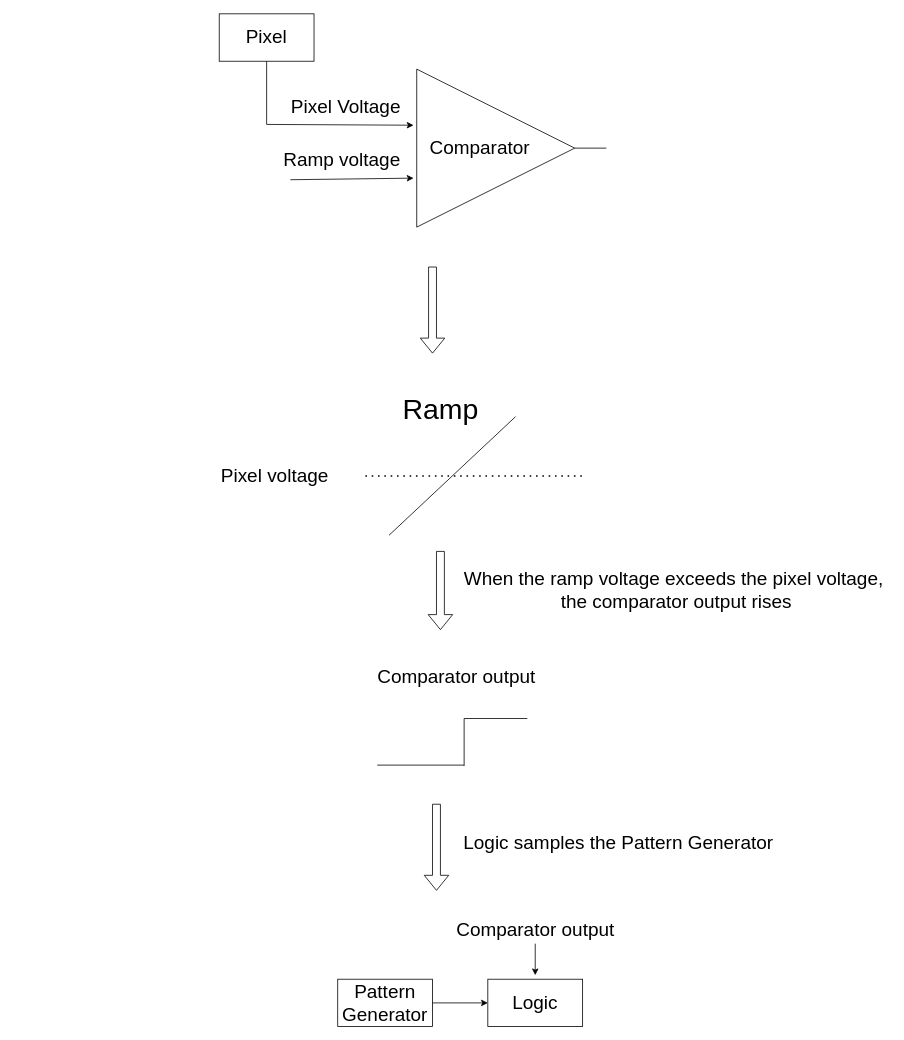
sabarioded/Patterns_Project keeps this draw.io diagram as Diagrams/step3.drawio. Above is the earlier version. Source tidied: cells renumbered, new cells numbered last; positions are measured from the earlier drawing's top-left corner, leaving out a move shared by most shapes. Both pictures are drawn from the tidied source at 79%, with x=0, y=0 at pixel (211, 13).
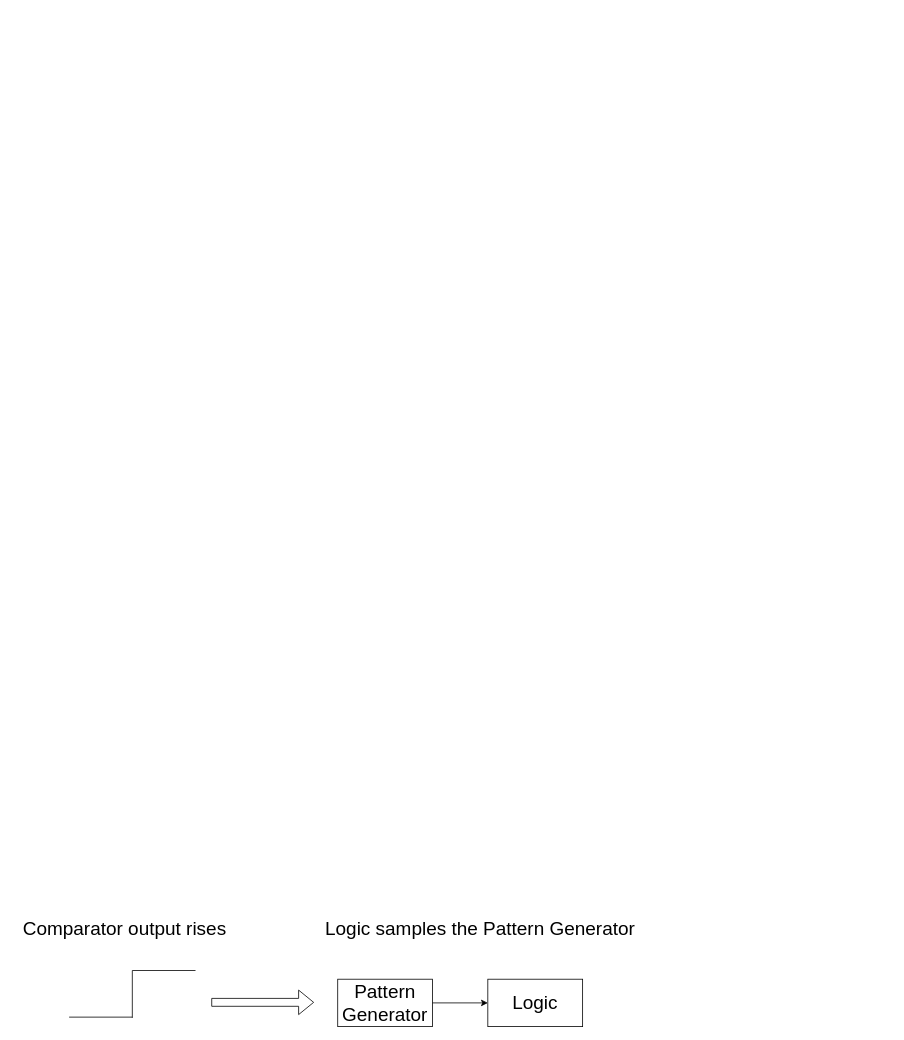
After the change.

What changed in the source:
```diff
@@
-    <mxCell id="2" style="triangle;whiteSpace=wrap;html=1;" parent="1" vertex="1">
-      <mxGeometry x="260" y="70" width="200" height="200" as="geometry" />
-    </mxCell>
-    <mxCell id="3" style="endArrow=classic;html=1;rounded=0;entryX=-0.02;entryY=0.405;entryDx=0;entryDy=0;entryPerimeter=0;" parent="1" edge="1">
-      <mxGeometry relative="1" as="geometry">
-        <mxPoint x="70" y="140" as="sourcePoint" />
-        <mxPoint x="256" y="141" as="targetPoint" />
-      </mxGeometry>
-    </mxCell>
-    <mxCell id="4" style="endArrow=classic;html=1;rounded=0;entryX=-0.02;entryY=0.405;entryDx=0;entryDy=0;entryPerimeter=0;" parent="1" edge="1">
-      <mxGeometry relative="1" as="geometry">
-        <mxPoint x="100" y="210" as="sourcePoint" />
-        <mxPoint x="256" y="208" as="targetPoint" />
-      </mxGeometry>
-    </mxCell>
-    <mxCell id="5" value="&lt;font style=&quot;font-size: 24px;&quot;&gt;Ramp voltage&lt;/font&gt;" style="text;html=1;align=center;verticalAlign=middle;strokeColor=none;fillColor=none;" parent="1" vertex="1">
-      <mxGeometry x="80" y="165" width="170" height="40" as="geometry" />
-    </mxCell>
-    <mxCell id="6" style="endArrow=none;html=1;rounded=0;" parent="1" edge="1">
-      <mxGeometry relative="1" as="geometry">
-        <mxPoint x="225" y="660" as="sourcePoint" />
-        <mxPoint x="385" y="510" as="targetPoint" />
-      </mxGeometry>
-    </mxCell>
-    <mxCell id="7" value="&lt;font style=&quot;font-size: 24px;&quot;&gt;Pixel voltage&lt;/font&gt;" style="text;html=1;align=center;verticalAlign=middle;strokeColor=none;fillColor=none;" parent="1" vertex="1">
-      <mxGeometry y="565" width="160" height="40" as="geometry" />
-    </mxCell>
-    <mxCell id="8" style="endArrow=none;html=1;rounded=0;exitX=1;exitY=0.5;exitDx=0;exitDy=0;" parent="1" edge="1" source="2">
-      <mxGeometry relative="1" as="geometry">
-        <mxPoint x="500" y="170" as="targetPoint" />
-      </mxGeometry>
-    </mxCell>
     <mxCell id="9" style="endArrow=none;html=1;rounded=0;" parent="1" edge="1">
       <mxGeometry relative="1" as="geometry">
-        <mxPoint x="210" y="951" as="sourcePoint" />
-        <mxPoint x="320" y="951" as="targetPoint" />
+        <mxPoint x="-180" y="1270" as="sourcePoint" />
+        <mxPoint x="-100" y="1270" as="targetPoint" />
       </mxGeometry>
     </mxCell>
     <mxCell id="10" style="endArrow=none;html=1;rounded=0;" parent="1" edge="1">
       <mxGeometry relative="1" as="geometry">
-        <mxPoint x="320" y="952" as="sourcePoint" />
-        <mxPoint x="320" y="892" as="targetPoint" />
+        <mxPoint x="-100" y="1271" as="sourcePoint" />
+        <mxPoint x="-100" y="1211" as="targetPoint" />
       </mxGeometry>
     </mxCell>
-    <mxCell id="11" value="&lt;font style=&quot;font-size: 24px;&quot;&gt;Comparator&lt;/font&gt;" style="text;html=1;align=center;verticalAlign=middle;whiteSpace=wrap;rounded=0;" parent="1" vertex="1">
-      <mxGeometry x="310" y="155" width="60" height="30" as="geometry" />
-    </mxCell>
     <mxCell id="12" style="endArrow=none;html=1;rounded=0;" parent="1" edge="1">
       <mxGeometry relative="1" as="geometry">
-        <mxPoint x="320" y="892" as="sourcePoint" />
-        <mxPoint x="400" y="892" as="targetPoint" />
+        <mxPoint x="-100" y="1211" as="sourcePoint" />
+        <mxPoint x="-20" y="1211" as="targetPoint" />
       </mxGeometry>
     </mxCell>
-    <mxCell id="13" value="&lt;font style=&quot;font-size: 24px;&quot;&gt;Pixel&lt;/font&gt;" style="rounded=0;whiteSpace=wrap;html=1;" parent="1" vertex="1">
-      <mxGeometry x="10" width="120" height="60" as="geometry" />
-    </mxCell>
-    <mxCell id="14" style="endArrow=none;html=1;rounded=0;entryX=0.5;entryY=1;entryDx=0;entryDy=0;" parent="1" edge="1" target="13">
-      <mxGeometry relative="1" as="geometry">
-        <mxPoint x="70" y="140" as="sourcePoint" />
-      </mxGeometry>
-    </mxCell>
-    <mxCell id="15" value="&lt;font style=&quot;font-size: 36px;&quot;&gt;Ramp&lt;/font&gt;" style="text;html=1;align=center;verticalAlign=middle;strokeColor=none;fillColor=none;" parent="1" vertex="1">
-      <mxGeometry x="230" y="470" width="120" height="60" as="geometry" />
-    </mxCell>
-    <mxCell id="16" style="endArrow=none;dashed=1;html=1;dashPattern=1 3;strokeWidth=2;rounded=0;" parent="1" edge="1">
-      <mxGeometry relative="1" as="geometry">
-        <mxPoint x="195" y="585" as="sourcePoint" />
-        <mxPoint x="475" y="585" as="targetPoint" />
-      </mxGeometry>
-    </mxCell>
-    <mxCell id="17" style="shape=flexArrow;endArrow=classic;html=1;rounded=0;" parent="1" edge="1">
-      <mxGeometry relative="1" as="geometry">
-        <mxPoint x="290" y="680" as="sourcePoint" />
-        <mxPoint x="290" y="780" as="targetPoint" />
-      </mxGeometry>
-    </mxCell>
-    <mxCell id="18" value="&lt;font style=&quot;font-size: 24px;&quot;&gt;Pixel Voltage&lt;/font&gt;" style="text;html=1;align=center;verticalAlign=middle;strokeColor=none;fillColor=none;" parent="1" vertex="1">
-      <mxGeometry x="90" y="98" width="160" height="40" as="geometry" />
-    </mxCell>
-    <mxCell id="19" value="&lt;font style=&quot;font-size: 24px;&quot;&gt;Comparator output&lt;/font&gt;" style="text;html=1;align=center;verticalAlign=middle;strokeColor=none;fillColor=none;" parent="1" vertex="1">
-      <mxGeometry x="200" y="820" width="220" height="40" as="geometry" />
+    <mxCell id="19" value="&lt;font style=&quot;font-size: 24px;&quot;&gt;Comparator output rises&lt;/font&gt;" style="text;html=1;align=center;verticalAlign=middle;strokeColor=none;fillColor=none;" parent="1" vertex="1">
+      <mxGeometry x="-250" y="1139" width="280" height="40" as="geometry" />
     </mxCell>
-    <mxCell id="20" style="shape=flexArrow;endArrow=classic;html=1;rounded=0;" parent="1" edge="1">
-      <mxGeometry relative="1" as="geometry">
-        <mxPoint x="280" y="320" as="sourcePoint" />
-        <mxPoint x="280" y="430" as="targetPoint" />
-      </mxGeometry>
-    </mxCell>
     <mxCell id="21" style="shape=flexArrow;endArrow=classic;html=1;rounded=0;" parent="1" edge="1">
       <mxGeometry relative="1" as="geometry">
-        <mxPoint x="285" y="1000" as="sourcePoint" />
-        <mxPoint x="285" y="1110" as="targetPoint" />
+        <mxPoint y="1251.3" as="sourcePoint" />
+        <mxPoint x="130" y="1251.3" as="targetPoint" />
       </mxGeometry>
     </mxCell>
@@
-    <mxCell id="24" style="endArrow=classic;html=1;rounded=0;" parent="1" edge="1">
-      <mxGeometry relative="1" as="geometry">
-        <mxPoint x="410" y="1177" as="sourcePoint" />
-        <mxPoint x="410" y="1217" as="targetPoint" />
-      </mxGeometry>
-    </mxCell>
-    <mxCell id="25" value="&lt;font style=&quot;font-size: 24px;&quot;&gt;Comparator output&lt;/font&gt;" style="text;html=1;align=center;verticalAlign=middle;strokeColor=none;fillColor=none;" parent="1" vertex="1">
-      <mxGeometry x="300" y="1140" width="220" height="40" as="geometry" />
-    </mxCell>
@@
     <mxCell id="27" value="&lt;font style=&quot;font-size: 24px;&quot;&gt;Logic samples the Pattern Generator&lt;/font&gt;" style="text;html=1;align=center;verticalAlign=middle;strokeColor=none;fillColor=none;" parent="1" vertex="1">
-      <mxGeometry x="305" y="1030" width="420" height="40" as="geometry" />
+      <mxGeometry x="130" y="1139" width="420" height="40" as="geometry" />
     </mxCell>
-    <mxCell id="28" value="&lt;font style=&quot;font-size: 24px;&quot;&gt;When the ramp voltage exceeds the pixel voltage,&lt;/font&gt;&lt;div&gt;&lt;font style=&quot;font-size: 24px;&quot;&gt;&amp;nbsp;the comparator output rises&lt;/font&gt;&lt;/div&gt;" style="text;html=1;align=center;verticalAlign=middle;strokeColor=none;fillColor=none;" parent="1" vertex="1">
-      <mxGeometry x="310" y="695" width="550" height="70" as="geometry" />
-    </mxCell>
```
